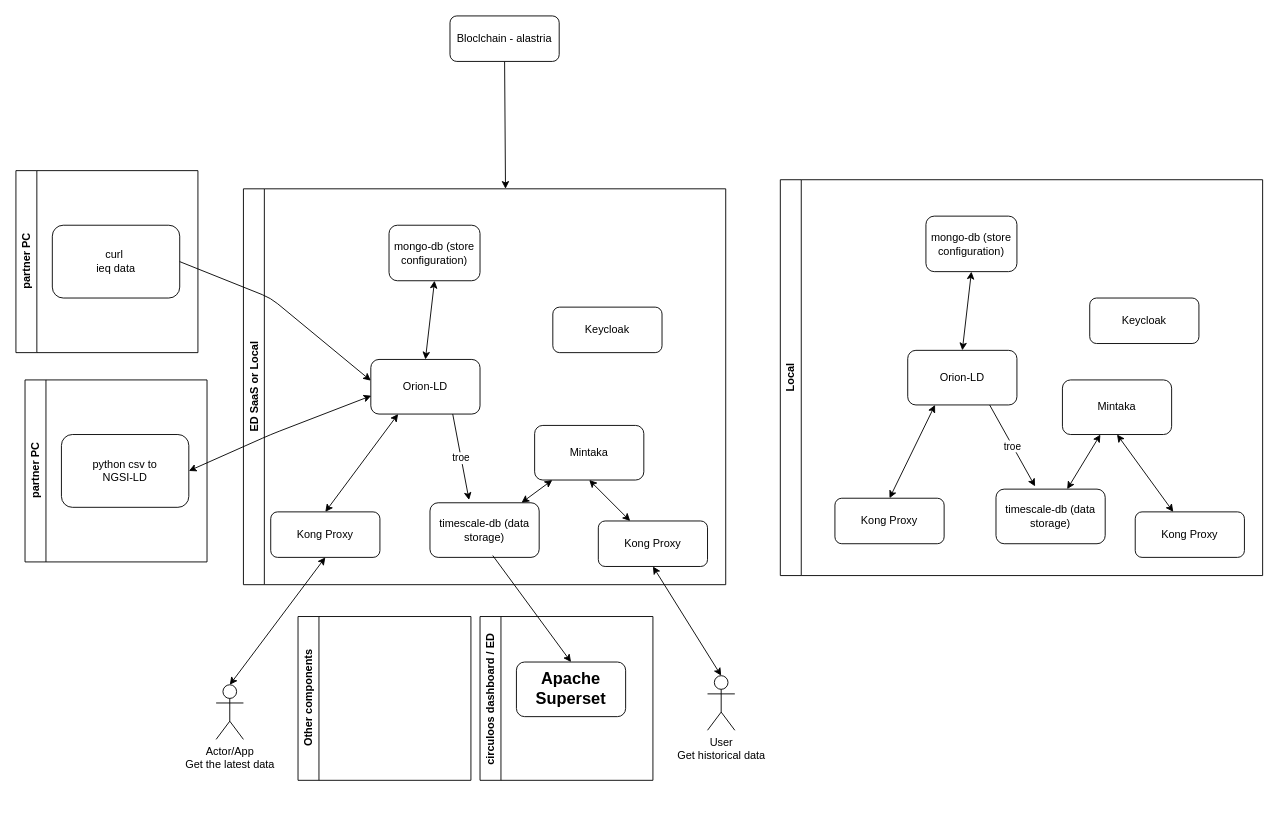
Earlier version of the draw.io diagram diagram/CILCULOOS_demo.drawio (european-dynamics-rnd/circuloos-data-platform). Source tidied: cells renumbered, new cells numbered last; positions are measured from the earlier drawing's top-left corner, leaving out a move shared by most shapes. Both pictures are drawn from the tidied source at 91%, with x=0, y=0 at pixel (15, 15).
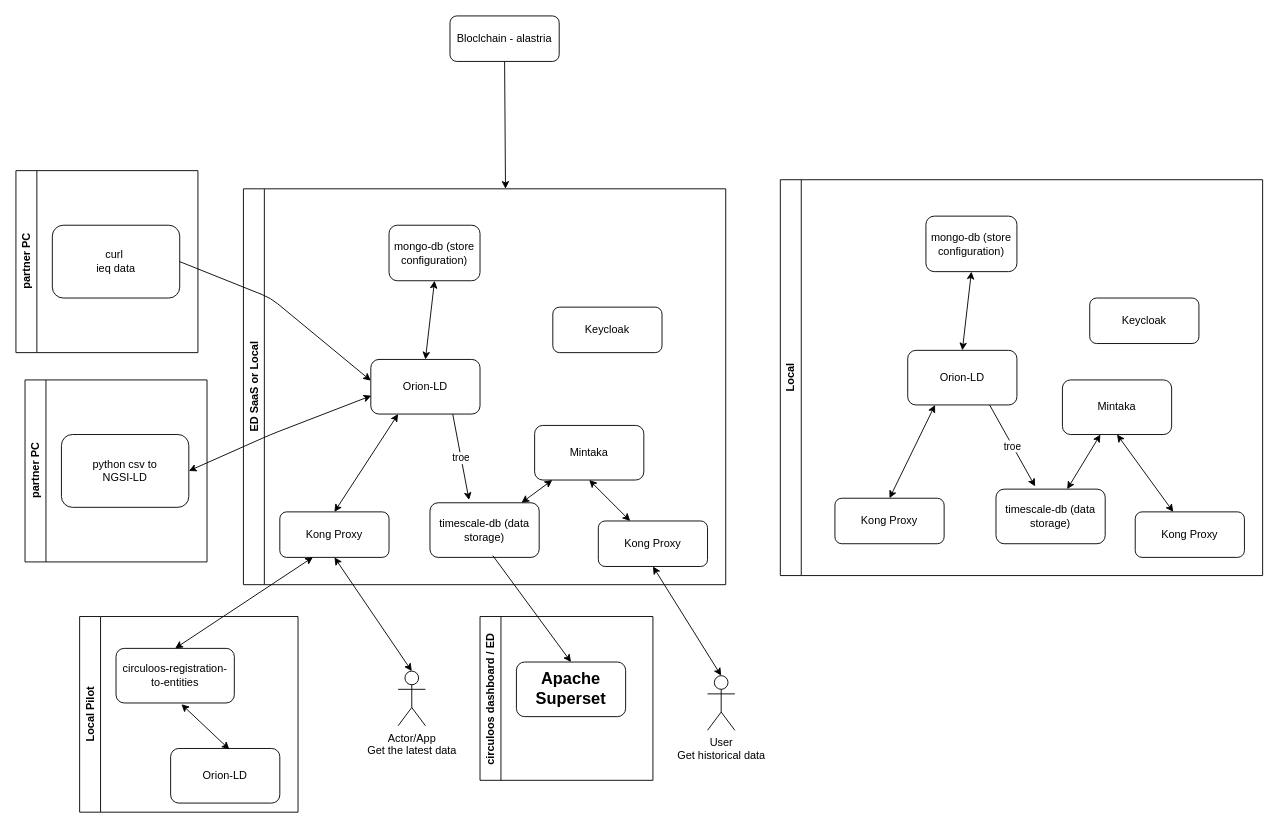
Above is the later version.

Commit message (it also covers changes not shown here):
update schematics to include federation

Unchanged cells that the change refers to:
```xml
<mxCell id="2" value="ED SaaS or Local" style="swimlane;horizontal=0;whiteSpace=wrap;html=1;" parent="1" vertex="1">
  <mxGeometry x="250" y="190" width="530" height="435" as="geometry" />
</mxCell>
```

Change to the diagram source:
```diff
@@
     <mxCell id="14" value="Kong Proxy" style="rounded=1;whiteSpace=wrap;html=1;" parent="2" vertex="1">
-      <mxGeometry x="30" y="355" width="120" height="50" as="geometry" />
+      <mxGeometry x="40" y="355" width="120" height="50" as="geometry" />
     </mxCell>
@@
     <mxCell id="18" value="Actor/App&lt;br&gt;Get the latest data" style="shape=umlActor;verticalLabelPosition=bottom;verticalAlign=top;html=1;outlineConnect=0;" parent="1" vertex="1">
-      <mxGeometry x="220" y="735" width="30" height="60" as="geometry" />
+      <mxGeometry x="420" y="720" width="30" height="60" as="geometry" />
     </mxCell>
@@
-    <mxCell id="21" value="Other components" style="swimlane;horizontal=0;whiteSpace=wrap;html=1;" parent="1" vertex="1">
-      <mxGeometry x="310" y="660" width="190" height="180" as="geometry" />
-    </mxCell>
@@
+    <mxCell id="44" value="Local Pilot" style="swimlane;horizontal=0;whiteSpace=wrap;html=1;" parent="1" vertex="1">
+      <mxGeometry x="70" y="660" width="240" height="215" as="geometry" />
+    </mxCell>
+    <mxCell id="45" value="Orion-LD" style="rounded=1;whiteSpace=wrap;html=1;" parent="44" vertex="1">
+      <mxGeometry x="100" y="145" width="120" height="60" as="geometry" />
+    </mxCell>
+    <mxCell id="46" style="rounded=0;jettySize=auto;html=1;exitX=0.553;exitY=1.023;exitDx=0;exitDy=0;entryX=0.538;entryY=0.017;entryDx=0;entryDy=0;startArrow=classic;startFill=1;exitPerimeter=0;entryPerimeter=0;" parent="44" edge="1" source="47" target="45">
+      <mxGeometry relative="1" as="geometry" />
+    </mxCell>
+    <mxCell id="47" value="circuloos-registration-to-entities" style="rounded=1;whiteSpace=wrap;html=1;" parent="44" vertex="1">
+      <mxGeometry x="40" y="35" width="130" height="60" as="geometry" />
+    </mxCell>
+    <mxCell id="48" style="rounded=0;jettySize=auto;html=1;exitX=0.5;exitY=0;exitDx=0;exitDy=0;entryX=0.303;entryY=0.996;entryDx=0;entryDy=0;startArrow=classic;startFill=1;entryPerimeter=0;" parent="1" edge="1" source="47" target="14">
+      <mxGeometry relative="1" as="geometry" />
+    </mxCell>
```
